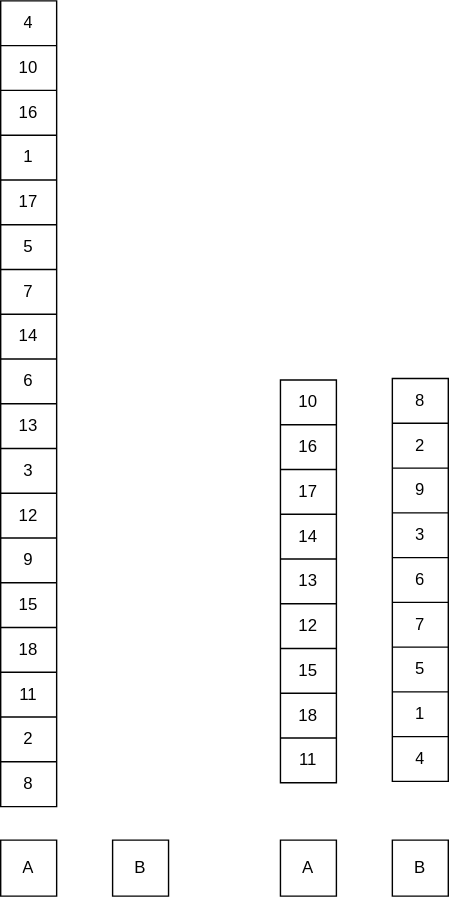
The draw.io diagram images/qsort/qsort-start.svg in welove-t/42Tokyo-push_swap, before a commit. Source tidied: cells renumbered, new cells last; positions are measured from the earlier drawing's top-left corner, leaving out a move shared by most shapes.
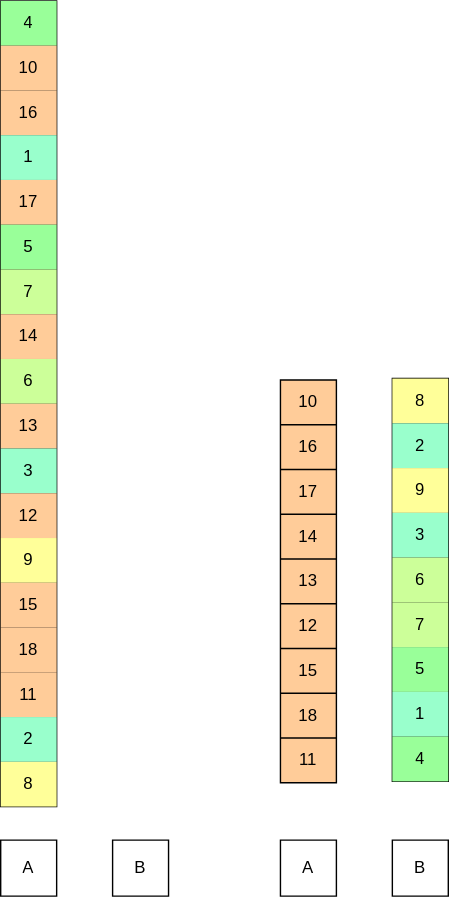
Later version of the same file.

What changed in the source:
```diff
@@ -2,7 +2,7 @@
   <root>
     <mxCell id="0" />
     <mxCell id="1" parent="0" />
-    <mxCell id="2" style="shape=table;startSize=0;" parent="1" vertex="1">
+    <mxCell id="2" style="shape=table;startSize=0;fillColor=#FFCC99;" parent="1" vertex="1">
       <mxGeometry x="200" y="271" width="40" height="288" as="geometry" />
     </mxCell>
     <mxCell id="3" style="shape=tableRow;horizontal=0;startSize=0;swimlaneHead=0;swimlaneBody=0;top=0;left=0;bottom=0;right=0;fillColor=none;" parent="2" vertex="1">
@@ -65,55 +65,55 @@
     <mxCell id="22" style="shape=tableRow;horizontal=0;startSize=0;swimlaneHead=0;swimlaneBody=0;top=0;left=0;bottom=0;right=0;fillColor=none;" parent="21" vertex="1">
       <mxGeometry width="40" height="32" as="geometry" />
     </mxCell>
-    <mxCell id="23" value="8" style="shape=partialRectangle;html=1;whiteSpace=wrap;overflow=hidden;fillColor=none;top=0;left=0;bottom=0;right=0;" parent="22" vertex="1">
+    <mxCell id="23" value="8" style="shape=partialRectangle;html=1;whiteSpace=wrap;overflow=hidden;fillColor=#FFFF99;top=0;left=0;bottom=0;right=0;" parent="22" vertex="1">
       <mxGeometry width="40" height="32" as="geometry" />
     </mxCell>
     <mxCell id="24" style="shape=tableRow;horizontal=0;startSize=0;swimlaneHead=0;swimlaneBody=0;top=0;left=0;bottom=0;right=0;fillColor=none;" parent="21" vertex="1">
       <mxGeometry y="32" width="40" height="32" as="geometry" />
     </mxCell>
-    <mxCell id="25" value="2" style="shape=partialRectangle;html=1;whiteSpace=wrap;overflow=hidden;fillColor=none;top=0;left=0;bottom=0;right=0;" parent="24" vertex="1">
+    <mxCell id="25" value="2" style="shape=partialRectangle;html=1;whiteSpace=wrap;overflow=hidden;fillColor=#99FFCC;top=0;left=0;bottom=0;right=0;" parent="24" vertex="1">
       <mxGeometry width="40" height="32" as="geometry" />
     </mxCell>
     <mxCell id="26" style="shape=tableRow;horizontal=0;startSize=0;swimlaneHead=0;swimlaneBody=0;top=0;left=0;bottom=0;right=0;fillColor=none;" parent="21" vertex="1">
       <mxGeometry y="64" width="40" height="32" as="geometry" />
     </mxCell>
-    <mxCell id="27" value="9" style="shape=partialRectangle;html=1;whiteSpace=wrap;overflow=hidden;fillColor=none;top=0;left=0;bottom=0;right=0;" parent="26" vertex="1">
+    <mxCell id="27" value="9" style="shape=partialRectangle;html=1;whiteSpace=wrap;overflow=hidden;fillColor=#FFFF99;top=0;left=0;bottom=0;right=0;" parent="26" vertex="1">
       <mxGeometry width="40" height="32" as="geometry" />
     </mxCell>
     <mxCell id="28" style="shape=tableRow;horizontal=0;startSize=0;swimlaneHead=0;swimlaneBody=0;top=0;left=0;bottom=0;right=0;fillColor=none;" parent="21" vertex="1">
       <mxGeometry y="96" width="40" height="32" as="geometry" />
     </mxCell>
-    <mxCell id="29" value="3" style="shape=partialRectangle;html=1;whiteSpace=wrap;overflow=hidden;fillColor=none;top=0;left=0;bottom=0;right=0;" parent="28" vertex="1">
+    <mxCell id="29" value="3" style="shape=partialRectangle;html=1;whiteSpace=wrap;overflow=hidden;fillColor=#99FFCC;top=0;left=0;bottom=0;right=0;" parent="28" vertex="1">
       <mxGeometry width="40" height="32" as="geometry" />
     </mxCell>
     <mxCell id="30" style="shape=tableRow;horizontal=0;startSize=0;swimlaneHead=0;swimlaneBody=0;top=0;left=0;bottom=0;right=0;fillColor=none;" parent="21" vertex="1">
       <mxGeometry y="128" width="40" height="32" as="geometry" />
     </mxCell>
-    <mxCell id="31" value="6" style="shape=partialRectangle;html=1;whiteSpace=wrap;overflow=hidden;fillColor=none;top=0;left=0;bottom=0;right=0;" parent="30" vertex="1">
+    <mxCell id="31" value="6" style="shape=partialRectangle;html=1;whiteSpace=wrap;overflow=hidden;fillColor=#CCFF99;top=0;left=0;bottom=0;right=0;" parent="30" vertex="1">
       <mxGeometry width="40" height="32" as="geometry" />
     </mxCell>
     <mxCell id="32" style="shape=tableRow;horizontal=0;startSize=0;swimlaneHead=0;swimlaneBody=0;top=0;left=0;bottom=0;right=0;fillColor=none;" parent="21" vertex="1">
       <mxGeometry y="160" width="40" height="32" as="geometry" />
     </mxCell>
-    <mxCell id="33" value="7" style="shape=partialRectangle;html=1;whiteSpace=wrap;overflow=hidden;fillColor=none;top=0;left=0;bottom=0;right=0;" parent="32" vertex="1">
+    <mxCell id="33" value="7" style="shape=partialRectangle;html=1;whiteSpace=wrap;overflow=hidden;fillColor=#CCFF99;top=0;left=0;bottom=0;right=0;" parent="32" vertex="1">
       <mxGeometry width="40" height="32" as="geometry" />
     </mxCell>
     <mxCell id="34" style="shape=tableRow;horizontal=0;startSize=0;swimlaneHead=0;swimlaneBody=0;top=0;left=0;bottom=0;right=0;fillColor=none;" parent="21" vertex="1">
       <mxGeometry y="192" width="40" height="32" as="geometry" />
     </mxCell>
-    <mxCell id="35" value="5" style="shape=partialRectangle;html=1;whiteSpace=wrap;overflow=hidden;fillColor=none;top=0;left=0;bottom=0;right=0;" parent="34" vertex="1">
+    <mxCell id="35" value="5" style="shape=partialRectangle;html=1;whiteSpace=wrap;overflow=hidden;fillColor=#99FF99;top=0;left=0;bottom=0;right=0;" parent="34" vertex="1">
       <mxGeometry width="40" height="32" as="geometry" />
     </mxCell>
     <mxCell id="36" style="shape=tableRow;horizontal=0;startSize=0;swimlaneHead=0;swimlaneBody=0;top=0;left=0;bottom=0;right=0;fillColor=none;" parent="21" vertex="1">
       <mxGeometry y="224" width="40" height="32" as="geometry" />
     </mxCell>
-    <mxCell id="37" value="1" style="shape=partialRectangle;html=1;whiteSpace=wrap;overflow=hidden;fillColor=none;top=0;left=0;bottom=0;right=0;" parent="36" vertex="1">
+    <mxCell id="37" value="1" style="shape=partialRectangle;html=1;whiteSpace=wrap;overflow=hidden;fillColor=#99FFCC;top=0;left=0;bottom=0;right=0;" parent="36" vertex="1">
       <mxGeometry width="40" height="32" as="geometry" />
     </mxCell>
     <mxCell id="38" style="shape=tableRow;horizontal=0;startSize=0;swimlaneHead=0;swimlaneBody=0;top=0;left=0;bottom=0;right=0;fillColor=none;" parent="21" vertex="1">
       <mxGeometry y="256" width="40" height="32" as="geometry" />
     </mxCell>
-    <mxCell id="39" value="4" style="shape=partialRectangle;html=1;whiteSpace=wrap;overflow=hidden;fillColor=none;top=0;left=0;bottom=0;right=0;" parent="38" vertex="1">
+    <mxCell id="39" value="4" style="shape=partialRectangle;html=1;whiteSpace=wrap;overflow=hidden;fillColor=#99FF99;top=0;left=0;bottom=0;right=0;" parent="38" vertex="1">
       <mxGeometry width="40" height="32" as="geometry" />
     </mxCell>
     <mxCell id="40" style="shape=table;startSize=0;" parent="1" vertex="1">
@@ -122,109 +122,109 @@
     <mxCell id="41" style="shape=tableRow;horizontal=0;startSize=0;swimlaneHead=0;swimlaneBody=0;top=0;left=0;bottom=0;right=0;fillColor=none;" parent="40" vertex="1">
       <mxGeometry width="40" height="32" as="geometry" />
     </mxCell>
-    <mxCell id="42" value="4" style="shape=partialRectangle;html=1;whiteSpace=wrap;overflow=hidden;fillColor=none;top=0;left=0;bottom=0;right=0;" parent="41" vertex="1">
+    <mxCell id="42" value="4" style="shape=partialRectangle;html=1;whiteSpace=wrap;overflow=hidden;fillColor=#99FF99;top=0;left=0;bottom=0;right=0;" parent="41" vertex="1">
       <mxGeometry width="40" height="32" as="geometry" />
     </mxCell>
     <mxCell id="43" style="shape=tableRow;horizontal=0;startSize=0;swimlaneHead=0;swimlaneBody=0;top=0;left=0;bottom=0;right=0;fillColor=none;" parent="40" vertex="1">
       <mxGeometry y="32" width="40" height="32" as="geometry" />
     </mxCell>
-    <mxCell id="44" value="10" style="shape=partialRectangle;html=1;whiteSpace=wrap;overflow=hidden;fillColor=none;top=0;left=0;bottom=0;right=0;" parent="43" vertex="1">
+    <mxCell id="44" value="10" style="shape=partialRectangle;html=1;whiteSpace=wrap;overflow=hidden;fillColor=#FFCC99;top=0;left=0;bottom=0;right=0;" parent="43" vertex="1">
       <mxGeometry width="40" height="32" as="geometry" />
     </mxCell>
     <mxCell id="45" style="shape=tableRow;horizontal=0;startSize=0;swimlaneHead=0;swimlaneBody=0;top=0;left=0;bottom=0;right=0;fillColor=none;" parent="40" vertex="1">
       <mxGeometry y="64" width="40" height="32" as="geometry" />
     </mxCell>
-    <mxCell id="46" value="16" style="shape=partialRectangle;html=1;whiteSpace=wrap;overflow=hidden;fillColor=none;top=0;left=0;bottom=0;right=0;" parent="45" vertex="1">
+    <mxCell id="46" value="16" style="shape=partialRectangle;html=1;whiteSpace=wrap;overflow=hidden;fillColor=#FFCC99;top=0;left=0;bottom=0;right=0;" parent="45" vertex="1">
       <mxGeometry width="40" height="32" as="geometry" />
     </mxCell>
     <mxCell id="47" style="shape=tableRow;horizontal=0;startSize=0;swimlaneHead=0;swimlaneBody=0;top=0;left=0;bottom=0;right=0;fillColor=none;" parent="40" vertex="1">
       <mxGeometry y="96" width="40" height="32" as="geometry" />
     </mxCell>
-    <mxCell id="48" value="1" style="shape=partialRectangle;html=1;whiteSpace=wrap;overflow=hidden;fillColor=none;top=0;left=0;bottom=0;right=0;" parent="47" vertex="1">
+    <mxCell id="48" value="1" style="shape=partialRectangle;html=1;whiteSpace=wrap;overflow=hidden;fillColor=#99FFCC;top=0;left=0;bottom=0;right=0;" parent="47" vertex="1">
       <mxGeometry width="40" height="32" as="geometry" />
     </mxCell>
     <mxCell id="49" style="shape=tableRow;horizontal=0;startSize=0;swimlaneHead=0;swimlaneBody=0;top=0;left=0;bottom=0;right=0;fillColor=none;" parent="40" vertex="1">
       <mxGeometry y="128" width="40" height="32" as="geometry" />
     </mxCell>
-    <mxCell id="50" value="17" style="shape=partialRectangle;html=1;whiteSpace=wrap;overflow=hidden;fillColor=none;top=0;left=0;bottom=0;right=0;" parent="49" vertex="1">
+    <mxCell id="50" value="17" style="shape=partialRectangle;html=1;whiteSpace=wrap;overflow=hidden;fillColor=#FFCC99;top=0;left=0;bottom=0;right=0;" parent="49" vertex="1">
       <mxGeometry width="40" height="32" as="geometry" />
     </mxCell>
     <mxCell id="51" style="shape=tableRow;horizontal=0;startSize=0;swimlaneHead=0;swimlaneBody=0;top=0;left=0;bottom=0;right=0;fillColor=none;" parent="40" vertex="1">
       <mxGeometry y="160" width="40" height="32" as="geometry" />
     </mxCell>
-    <mxCell id="52" value="5" style="shape=partialRectangle;html=1;whiteSpace=wrap;overflow=hidden;fillColor=none;top=0;left=0;bottom=0;right=0;" parent="51" vertex="1">
+    <mxCell id="52" value="5" style="shape=partialRectangle;html=1;whiteSpace=wrap;overflow=hidden;fillColor=#99FF99;top=0;left=0;bottom=0;right=0;" parent="51" vertex="1">
       <mxGeometry width="40" height="32" as="geometry" />
     </mxCell>
     <mxCell id="53" style="shape=tableRow;horizontal=0;startSize=0;swimlaneHead=0;swimlaneBody=0;top=0;left=0;bottom=0;right=0;fillColor=none;" parent="40" vertex="1">
       <mxGeometry y="192" width="40" height="32" as="geometry" />
     </mxCell>
-    <mxCell id="54" value="7" style="shape=partialRectangle;html=1;whiteSpace=wrap;overflow=hidden;fillColor=none;top=0;left=0;bottom=0;right=0;" parent="53" vertex="1">
+    <mxCell id="54" value="7" style="shape=partialRectangle;html=1;whiteSpace=wrap;overflow=hidden;fillColor=#CCFF99;top=0;left=0;bottom=0;right=0;" parent="53" vertex="1">
       <mxGeometry width="40" height="32" as="geometry" />
     </mxCell>
     <mxCell id="55" style="shape=tableRow;horizontal=0;startSize=0;swimlaneHead=0;swimlaneBody=0;top=0;left=0;bottom=0;right=0;fillColor=none;" parent="40" vertex="1">
       <mxGeometry y="224" width="40" height="32" as="geometry" />
     </mxCell>
-    <mxCell id="56" value="14" style="shape=partialRectangle;html=1;whiteSpace=wrap;overflow=hidden;fillColor=none;top=0;left=0;bottom=0;right=0;" parent="55" vertex="1">
+    <mxCell id="56" value="14" style="shape=partialRectangle;html=1;whiteSpace=wrap;overflow=hidden;fillColor=#FFCC99;top=0;left=0;bottom=0;right=0;" parent="55" vertex="1">
       <mxGeometry width="40" height="32" as="geometry" />
     </mxCell>
     <mxCell id="57" style="shape=tableRow;horizontal=0;startSize=0;swimlaneHead=0;swimlaneBody=0;top=0;left=0;bottom=0;right=0;fillColor=none;" parent="40" vertex="1">
       <mxGeometry y="256" width="40" height="32" as="geometry" />
     </mxCell>
-    <mxCell id="58" value="6" style="shape=partialRectangle;html=1;whiteSpace=wrap;overflow=hidden;fillColor=none;top=0;left=0;bottom=0;right=0;" parent="57" vertex="1">
+    <mxCell id="58" value="6" style="shape=partialRectangle;html=1;whiteSpace=wrap;overflow=hidden;fillColor=#CCFF99;top=0;left=0;bottom=0;right=0;" parent="57" vertex="1">
       <mxGeometry width="40" height="32" as="geometry" />
     </mxCell>
     <mxCell id="59" style="shape=tableRow;horizontal=0;startSize=0;swimlaneHead=0;swimlaneBody=0;top=0;left=0;bottom=0;right=0;fillColor=none;" parent="40" vertex="1">
       <mxGeometry y="288" width="40" height="32" as="geometry" />
     </mxCell>
-    <mxCell id="60" value="13" style="shape=partialRectangle;html=1;whiteSpace=wrap;overflow=hidden;fillColor=none;top=0;left=0;bottom=0;right=0;" parent="59" vertex="1">
+    <mxCell id="60" value="13" style="shape=partialRectangle;html=1;whiteSpace=wrap;overflow=hidden;fillColor=#FFCC99;top=0;left=0;bottom=0;right=0;" parent="59" vertex="1">
       <mxGeometry width="40" height="32" as="geometry" />
     </mxCell>
     <mxCell id="61" style="shape=tableRow;horizontal=0;startSize=0;swimlaneHead=0;swimlaneBody=0;top=0;left=0;bottom=0;right=0;fillColor=none;" parent="40" vertex="1">
       <mxGeometry y="320" width="40" height="32" as="geometry" />
     </mxCell>
-    <mxCell id="62" value="3" style="shape=partialRectangle;html=1;whiteSpace=wrap;overflow=hidden;fillColor=none;top=0;left=0;bottom=0;right=0;" parent="61" vertex="1">
+    <mxCell id="62" value="3" style="shape=partialRectangle;html=1;whiteSpace=wrap;overflow=hidden;fillColor=#99FFCC;top=0;left=0;bottom=0;right=0;" parent="61" vertex="1">
       <mxGeometry width="40" height="32" as="geometry" />
     </mxCell>
     <mxCell id="63" style="shape=tableRow;horizontal=0;startSize=0;swimlaneHead=0;swimlaneBody=0;top=0;left=0;bottom=0;right=0;fillColor=none;" parent="40" vertex="1">
       <mxGeometry y="352" width="40" height="32" as="geometry" />
     </mxCell>
-    <mxCell id="64" value="12" style="shape=partialRectangle;html=1;whiteSpace=wrap;overflow=hidden;fillColor=none;top=0;left=0;bottom=0;right=0;" parent="63" vertex="1">
+    <mxCell id="64" value="12" style="shape=partialRectangle;html=1;whiteSpace=wrap;overflow=hidden;fillColor=#FFCC99;top=0;left=0;bottom=0;right=0;" parent="63" vertex="1">
       <mxGeometry width="40" height="32" as="geometry" />
     </mxCell>
     <mxCell id="65" style="shape=tableRow;horizontal=0;startSize=0;swimlaneHead=0;swimlaneBody=0;top=0;left=0;bottom=0;right=0;fillColor=none;" parent="40" vertex="1">
       <mxGeometry y="384" width="40" height="32" as="geometry" />
     </mxCell>
-    <mxCell id="66" value="9" style="shape=partialRectangle;html=1;whiteSpace=wrap;overflow=hidden;fillColor=none;top=0;left=0;bottom=0;right=0;" parent="65" vertex="1">
+    <mxCell id="66" value="9" style="shape=partialRectangle;html=1;whiteSpace=wrap;overflow=hidden;fillColor=#FFFF99;top=0;left=0;bottom=0;right=0;" parent="65" vertex="1">
       <mxGeometry width="40" height="32" as="geometry" />
     </mxCell>
     <mxCell id="67" style="shape=tableRow;horizontal=0;startSize=0;swimlaneHead=0;swimlaneBody=0;top=0;left=0;bottom=0;right=0;fillColor=none;" parent="40" vertex="1">
       <mxGeometry y="416" width="40" height="32" as="geometry" />
     </mxCell>
-    <mxCell id="68" value="15" style="shape=partialRectangle;html=1;whiteSpace=wrap;overflow=hidden;fillColor=none;top=0;left=0;bottom=0;right=0;" parent="67" vertex="1">
+    <mxCell id="68" value="15" style="shape=partialRectangle;html=1;whiteSpace=wrap;overflow=hidden;fillColor=#FFCC99;top=0;left=0;bottom=0;right=0;" parent="67" vertex="1">
       <mxGeometry width="40" height="32" as="geometry" />
     </mxCell>
     <mxCell id="69" style="shape=tableRow;horizontal=0;startSize=0;swimlaneHead=0;swimlaneBody=0;top=0;left=0;bottom=0;right=0;fillColor=none;" parent="40" vertex="1">
       <mxGeometry y="448" width="40" height="32" as="geometry" />
     </mxCell>
-    <mxCell id="70" value="18" style="shape=partialRectangle;html=1;whiteSpace=wrap;overflow=hidden;fillColor=none;top=0;left=0;bottom=0;right=0;" parent="69" vertex="1">
+    <mxCell id="70" value="18" style="shape=partialRectangle;html=1;whiteSpace=wrap;overflow=hidden;fillColor=#FFCC99;top=0;left=0;bottom=0;right=0;" parent="69" vertex="1">
       <mxGeometry width="40" height="32" as="geometry" />
     </mxCell>
     <mxCell id="71" style="shape=tableRow;horizontal=0;startSize=0;swimlaneHead=0;swimlaneBody=0;top=0;left=0;bottom=0;right=0;fillColor=none;" parent="40" vertex="1">
       <mxGeometry y="480" width="40" height="32" as="geometry" />
     </mxCell>
-    <mxCell id="72" value="11" style="shape=partialRectangle;html=1;whiteSpace=wrap;overflow=hidden;fillColor=none;top=0;left=0;bottom=0;right=0;" parent="71" vertex="1">
+    <mxCell id="72" value="11" style="shape=partialRectangle;html=1;whiteSpace=wrap;overflow=hidden;fillColor=#FFCC99;top=0;left=0;bottom=0;right=0;" parent="71" vertex="1">
       <mxGeometry width="40" height="32" as="geometry" />
     </mxCell>
     <mxCell id="73" style="shape=tableRow;horizontal=0;startSize=0;swimlaneHead=0;swimlaneBody=0;top=0;left=0;bottom=0;right=0;fillColor=none;" parent="40" vertex="1">
       <mxGeometry y="512" width="40" height="32" as="geometry" />
     </mxCell>
-    <mxCell id="74" value="2" style="shape=partialRectangle;html=1;whiteSpace=wrap;overflow=hidden;fillColor=none;top=0;left=0;bottom=0;right=0;" parent="73" vertex="1">
+    <mxCell id="74" value="2" style="shape=partialRectangle;html=1;whiteSpace=wrap;overflow=hidden;fillColor=#99FFCC;top=0;left=0;bottom=0;right=0;" parent="73" vertex="1">
       <mxGeometry width="40" height="32" as="geometry" />
     </mxCell>
     <mxCell id="75" style="shape=tableRow;horizontal=0;startSize=0;swimlaneHead=0;swimlaneBody=0;top=0;left=0;bottom=0;right=0;fillColor=none;" parent="40" vertex="1">
       <mxGeometry y="544" width="40" height="32" as="geometry" />
     </mxCell>
-    <mxCell id="76" value="8" style="shape=partialRectangle;html=1;whiteSpace=wrap;overflow=hidden;fillColor=none;top=0;left=0;bottom=0;right=0;" parent="75" vertex="1">
+    <mxCell id="76" value="8" style="shape=partialRectangle;html=1;whiteSpace=wrap;overflow=hidden;fillColor=#FFFF99;top=0;left=0;bottom=0;right=0;" parent="75" vertex="1">
       <mxGeometry width="40" height="32" as="geometry" />
     </mxCell>
     <mxCell id="77" style="shape=table;startSize=0;" parent="1" vertex="1">
```
